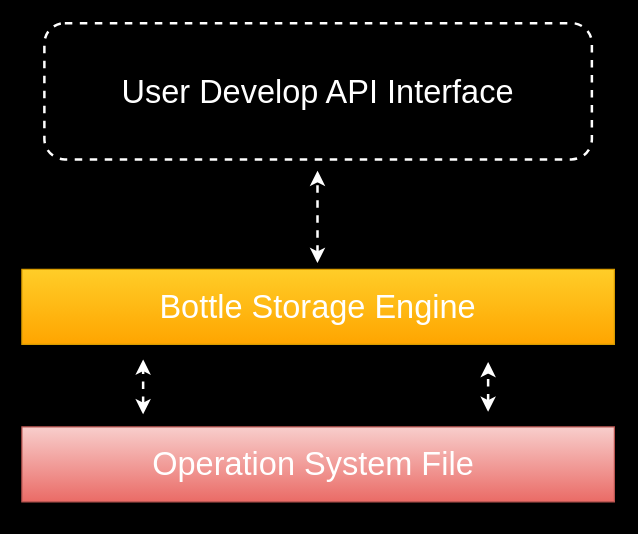
The draw.io diagram bottle.drawio in auula/draw.io, before the edit. Source tidied: cells renumbered, new cells numbered last; positions are measured from the earlier drawing's top-left corner, leaving out a move shared by most shapes. Both pictures are drawn from the tidied source at 125%, with x=0, y=0 at pixel (21, 22).
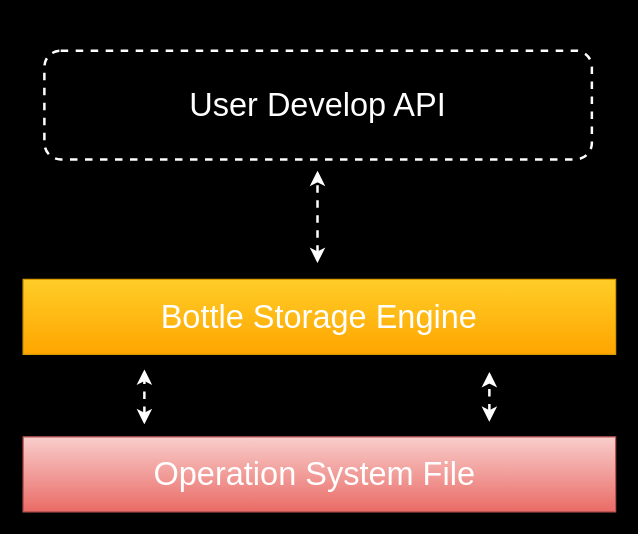
After the change.

The edit, as a diff of the source:
```diff
@@
 <mxGraphModel background="#000000">
   <root>
     <mxCell id="0" />
     <mxCell id="1" parent="0" />
     <mxCell id="2" style="group;" parent="1" vertex="1">
-      <mxGeometry y="197" width="474" height="186" as="geometry" />
+      <mxGeometry x="1" y="205" width="474" height="186" as="geometry" />
     </mxCell>
     <mxCell id="3" value="&lt;font style=&quot;font-size: 26px&quot; color=&quot;#ffffff&quot;&gt;Bottle Storage Engine&lt;/font&gt;" style="rounded=0;whiteSpace=wrap;html=1;fillColor=#ffcd28;gradientColor=#ffa500;strokeColor=#d79b00;" parent="2" vertex="1">
       <mxGeometry width="474" height="60" as="geometry" />
     </mxCell>
     <mxCell id="4" value="&lt;font color=&quot;#ffffff&quot;&gt;&lt;span style=&quot;font-size: 26px&quot;&gt;Operation System File&amp;nbsp;&lt;/span&gt;&lt;/font&gt;" style="rounded=0;whiteSpace=wrap;html=1;fillColor=#f8cecc;gradientColor=#ea6b66;strokeColor=#b85450;" parent="2" vertex="1">
       <mxGeometry y="126" width="474" height="60" as="geometry" />
     </mxCell>
     <mxCell id="5" style="endArrow=classic;startArrow=classic;html=1;rounded=0;fontSize=26;fontColor=#FFFFFF;strokeColor=#FFFFFF;strokeWidth=2;dashed=1;" parent="2" edge="1">
       <mxGeometry relative="1" as="geometry">
         <mxPoint x="97" y="116" as="sourcePoint" />
         <mxPoint x="97" y="72" as="targetPoint" />
       </mxGeometry>
     </mxCell>
     <mxCell id="6" style="endArrow=classic;startArrow=classic;html=1;rounded=0;fontSize=26;fontColor=#FFFFFF;strokeColor=#FFFFFF;strokeWidth=2;dashed=1;" parent="2" edge="1">
       <mxGeometry relative="1" as="geometry">
         <mxPoint x="373" y="114" as="sourcePoint" />
         <mxPoint x="373" y="74" as="targetPoint" />
       </mxGeometry>
     </mxCell>
+    <mxCell id="9" style="edgeStyle=orthogonalEdgeStyle;rounded=0;jettySize=auto;html=1;" parent="1" edge="1" source="7">
+      <mxGeometry relative="1" as="geometry">
+        <mxPoint x="237" y="117" as="targetPoint" />
+      </mxGeometry>
+    </mxCell>
-    <mxCell id="7" value="User Develop API Interface" style="rounded=1;whiteSpace=wrap;html=1;fontSize=26;fontColor=#FFFFFF;dashed=1;strokeWidth=2;fillColor=#000000;strokeColor=#FFFFFF;" parent="1" vertex="1">
-      <mxGeometry x="18" width="438" height="109" as="geometry" />
+    <mxCell id="7" value="User Develop API" style="rounded=1;whiteSpace=wrap;html=1;fontSize=26;fontColor=#FFFFFF;dashed=1;strokeWidth=2;fillColor=#000000;strokeColor=#FFFFFF;" parent="1" vertex="1">
+      <mxGeometry x="18" y="22" width="438" height="87" as="geometry" />
     </mxCell>
     <mxCell id="8" style="endArrow=classic;startArrow=classic;html=1;rounded=0;dashed=1;fontSize=26;fontColor=#FFFFFF;strokeColor=#FFFFFF;strokeWidth=2;" parent="1" edge="1">
       <mxGeometry relative="1" as="geometry">
         <mxPoint x="236.5" y="192" as="sourcePoint" />
         <mxPoint x="236.5" y="118" as="targetPoint" />
       </mxGeometry>
     </mxCell>
   </root>
 </mxGraphModel>
```
